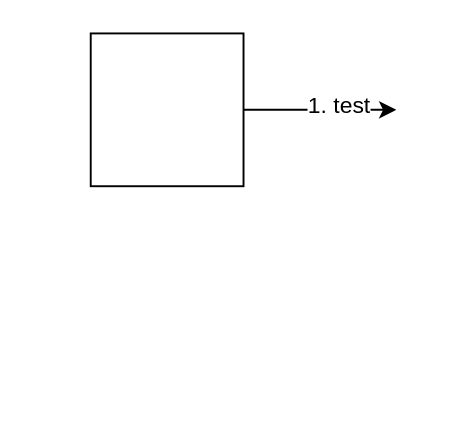
Before: page "Page-1" (1 of 2) of Untitled Diagram.drawio in ganchsg/Login-Flow, a draw.io diagram. Source tidied: cells renumbered, new cells numbered last; positions are measured from the earlier drawing's top-left corner, leaving out a move shared by most shapes. Both pictures are drawn from the tidied source at 191%, with x=0, y=0 at pixel (90, 32).
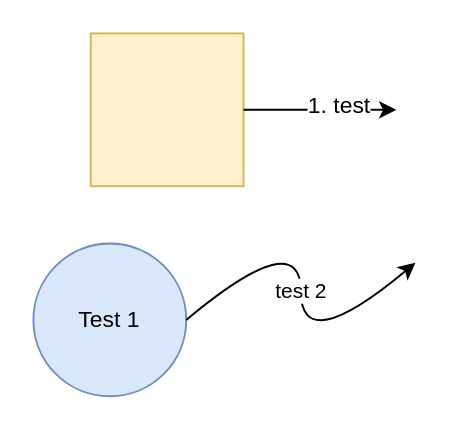
Above is the later version.

The edit, as a diff of the source:
```diff
@@
 <mxGraphModel>
   <root>
     <mxCell id="0" />
     <mxCell id="1" parent="0" />
-    <mxCell id="2" style="whiteSpace=wrap;html=1;" parent="1" vertex="1">
+    <mxCell id="2" style="whiteSpace=wrap;html=1;fillColor=#fff2cc;strokeColor=#d6b656;" parent="1" vertex="1">
       <mxGeometry width="80" height="80" as="geometry" />
     </mxCell>
     <mxCell id="3" style="endArrow=classic;html=1;" parent="1" edge="1" source="2">
       <mxGeometry relative="1" as="geometry">
         <mxPoint x="160" y="40" as="targetPoint" />
       </mxGeometry>
     </mxCell>
     <mxCell id="4" value="1. test&lt;br&gt;" style="text;html=1;align=center;verticalAlign=middle;labelBackgroundColor=#ffffff;" parent="3" vertex="1">
       <mxGeometry x="0.22" y="3" relative="1" as="geometry" />
     </mxCell>
+    <mxCell id="5" value="Test 1" style="ellipse;whiteSpace=wrap;html=1;fillColor=#dae8fc;strokeColor=#6c8ebf;" parent="1" vertex="1">
+      <mxGeometry x="-30" y="110" width="80" height="80" as="geometry" />
+    </mxCell>
+    <mxCell id="6" value="test 2" style="curved=1;endArrow=classic;html=1;exitX=1;exitY=0.5;exitDx=0;exitDy=0;" parent="1" edge="1" source="5">
+      <mxGeometry relative="1" as="geometry">
+        <mxPoint x="170" y="120" as="targetPoint" />
+        <Array as="points">
+          <mxPoint x="110" y="100" />
+          <mxPoint x="110" y="170" />
+        </Array>
+      </mxGeometry>
+    </mxCell>
   </root>
 </mxGraphModel>
```
